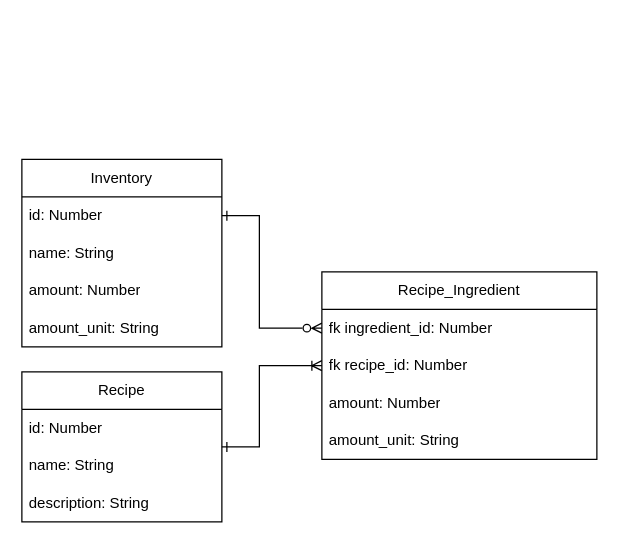
The draw.io diagram db-project-ERD.drawio in joseph-rock/db-project, before the edit. Source tidied: cells renumbered, new cells numbered last; positions are measured from the earlier drawing's top-left corner, leaving out a move shared by most shapes. Both pictures are drawn from the tidied source at 125%, with x=0, y=0 at pixel (21, 159).
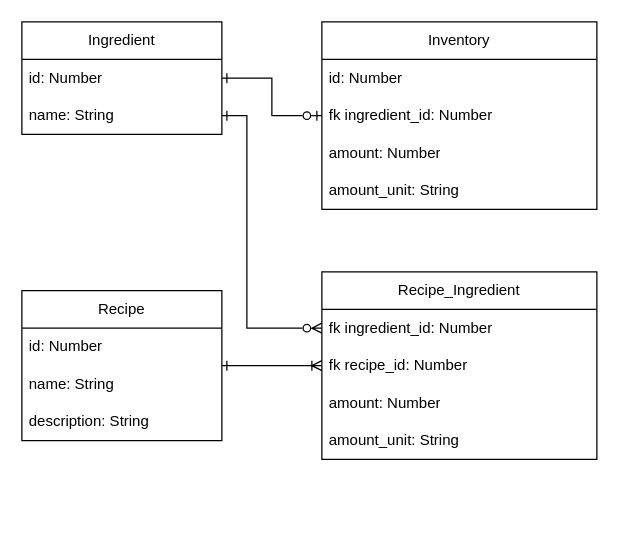
The same page after the edit.

Unchanged cells that the change refers to:
```xml
<mxCell id="8" value="fk ingredient_id: Number" style="text;strokeColor=none;fillColor=none;align=left;verticalAlign=middle;spacingLeft=4;spacingRight=4;overflow=hidden;points=[[0,0.5],[1,0.5]];portConstraint=eastwest;whiteSpace=wrap;html=1;" parent="7" vertex="1">
  <mxGeometry y="30" width="220" height="30" as="geometry" />
</mxCell>
<mxCell id="9" value="fk recipe_id: Number" style="text;strokeColor=none;fillColor=none;align=left;verticalAlign=middle;spacingLeft=4;spacingRight=4;overflow=hidden;points=[[0,0.5],[1,0.5]];portConstraint=eastwest;whiteSpace=wrap;html=1;" parent="7" vertex="1">
  <mxGeometry y="60" width="220" height="30" as="geometry" />
</mxCell>
```

What changed in the source:
```diff
@@
+    <mxCell id="18" value="Ingredient" style="swimlane;fontStyle=0;horizontal=1;startSize=30;whiteSpace=wrap;html=1;" parent="1" vertex="1">
+      <mxGeometry y="-110" width="160" height="90" as="geometry" />
+    </mxCell>
+    <mxCell id="19" value="id: Number" style="text;strokeColor=none;fillColor=none;align=left;verticalAlign=middle;spacingLeft=4;spacingRight=4;overflow=hidden;points=[[0,0.5],[1,0.5]];portConstraint=eastwest;whiteSpace=wrap;html=1;" parent="18" vertex="1">
+      <mxGeometry y="30" width="160" height="30" as="geometry" />
+    </mxCell>
+    <mxCell id="20" value="name: String" style="text;strokeColor=none;fillColor=none;align=left;verticalAlign=middle;spacingLeft=4;spacingRight=4;overflow=hidden;points=[[0,0.5],[1,0.5]];portConstraint=eastwest;whiteSpace=wrap;html=1;" parent="18" vertex="1">
+      <mxGeometry y="60" width="160" height="30" as="geometry" />
+    </mxCell>
     <mxCell id="2" style="edgeStyle=orthogonalEdgeStyle;rounded=0;jettySize=auto;html=1;entryX=0;entryY=0.5;entryDx=0;entryDy=0;endArrow=ERoneToMany;endFill=0;startArrow=ERone;startFill=0;" parent="1" edge="1" source="3" target="9">
-      <mxGeometry relative="1" as="geometry">
-        <Array as="points">
-          <mxPoint x="190" y="230" />
-          <mxPoint x="190" y="165" />
-        </Array>
-      </mxGeometry>
+      <mxGeometry relative="1" as="geometry" />
     </mxCell>
     <mxCell id="3" value="Recipe" style="swimlane;fontStyle=0;horizontal=1;startSize=30;whiteSpace=wrap;html=1;" parent="1" vertex="1">
-      <mxGeometry y="170" width="160" height="120" as="geometry" />
+      <mxGeometry y="105" width="160" height="120" as="geometry" />
     </mxCell>
@@
     <mxCell id="12" value="Inventory" style="swimlane;fontStyle=0;horizontal=1;startSize=30;whiteSpace=wrap;html=1;" parent="1" vertex="1">
-      <mxGeometry width="160" height="150" as="geometry" />
+      <mxGeometry x="240" y="-110" width="220" height="150" as="geometry" />
     </mxCell>
     <mxCell id="13" value="id: Number" style="text;strokeColor=none;fillColor=none;align=left;verticalAlign=middle;spacingLeft=4;spacingRight=4;overflow=hidden;points=[[0,0.5],[1,0.5]];portConstraint=eastwest;whiteSpace=wrap;html=1;" parent="12" vertex="1">
-      <mxGeometry y="30" width="160" height="30" as="geometry" />
+      <mxGeometry y="30" width="220" height="30" as="geometry" />
     </mxCell>
-    <mxCell id="14" value="&lt;div&gt;name: String&lt;/div&gt;" style="text;strokeColor=none;fillColor=none;align=left;verticalAlign=middle;spacingLeft=4;spacingRight=4;overflow=hidden;points=[[0,0.5],[1,0.5]];portConstraint=eastwest;whiteSpace=wrap;html=1;" parent="12" vertex="1">
-      <mxGeometry y="60" width="160" height="30" as="geometry" />
+    <mxCell id="14" value="fk ingredient_id: Number" style="text;strokeColor=none;fillColor=none;align=left;verticalAlign=middle;spacingLeft=4;spacingRight=4;overflow=hidden;points=[[0,0.5],[1,0.5]];portConstraint=eastwest;whiteSpace=wrap;html=1;" parent="12" vertex="1">
+      <mxGeometry y="60" width="220" height="30" as="geometry" />
     </mxCell>
     <mxCell id="15" value="amount: Number" style="text;strokeColor=none;fillColor=none;align=left;verticalAlign=middle;spacingLeft=4;spacingRight=4;overflow=hidden;whiteSpace=wrap;html=1;" parent="12" vertex="1">
-      <mxGeometry y="90" width="160" height="30" as="geometry" />
+      <mxGeometry y="90" width="220" height="30" as="geometry" />
     </mxCell>
     <mxCell id="16" value="amount_unit: String" style="text;strokeColor=none;fillColor=none;align=left;verticalAlign=middle;spacingLeft=4;spacingRight=4;overflow=hidden;whiteSpace=wrap;html=1;" parent="12" vertex="1">
-      <mxGeometry y="120" width="160" height="30" as="geometry" />
+      <mxGeometry y="120" width="220" height="30" as="geometry" />
     </mxCell>
-    <mxCell id="17" style="edgeStyle=orthogonalEdgeStyle;rounded=0;jettySize=auto;html=1;exitX=1;exitY=0.5;exitDx=0;exitDy=0;entryX=0;entryY=0.5;entryDx=0;entryDy=0;endArrow=ERzeroToMany;endFill=0;startArrow=ERone;startFill=0;" parent="1" edge="1" source="13" target="8">
+    <mxCell id="17" style="edgeStyle=orthogonalEdgeStyle;rounded=0;jettySize=auto;html=1;exitX=1;exitY=0.5;exitDx=0;exitDy=0;entryX=0;entryY=0.5;entryDx=0;entryDy=0;endArrow=ERzeroToMany;endFill=0;startArrow=ERone;startFill=0;" parent="1" edge="1" source="20" target="8">
       <mxGeometry relative="1" as="geometry">
         <Array as="points">
-          <mxPoint x="190" y="45" />
-          <mxPoint x="190" y="135" />
+          <mxPoint x="180" y="-35" />
+          <mxPoint x="180" y="135" />
         </Array>
       </mxGeometry>
     </mxCell>
+    <mxCell id="21" style="edgeStyle=orthogonalEdgeStyle;rounded=0;jettySize=auto;html=1;startArrow=ERone;startFill=0;endArrow=ERzeroToOne;endFill=0;entryX=0;entryY=0.5;entryDx=0;entryDy=0;" parent="1" edge="1" source="19" target="14">
+      <mxGeometry relative="1" as="geometry" />
+    </mxCell>
```
